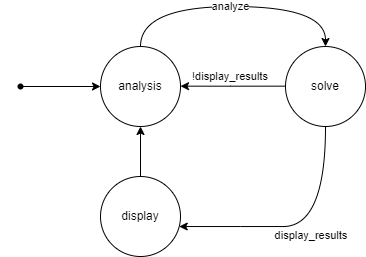
Earlier version of the draw.io export docs/SRS/images/use-case-5-sm.png (agentvv/MTOBridge). Source tidied: cells renumbered, new cells last; positions are measured from the earlier drawing's top-left corner, leaving out a move shared by most shapes. Source of this version:
```xml
<mxGraphModel>
  <root>
    <mxCell id="0" />
    <mxCell id="1" parent="0" />
    <mxCell id="2" style="edgeStyle=orthogonalEdgeStyle;rounded=0;jettySize=auto;html=1;curved=1;" parent="1" edge="1" source="4" target="9">
      <mxGeometry relative="1" as="geometry">
        <Array as="points">
          <mxPoint x="140" />
          <mxPoint x="325" />
        </Array>
      </mxGeometry>
    </mxCell>
    <mxCell id="3" value="analyze" style="edgeLabel;html=1;align=center;verticalAlign=middle;" parent="2" vertex="1">
      <mxGeometry x="0.07" y="-2" relative="1" as="geometry">
        <mxPoint x="-12" y="-2" as="offset" />
      </mxGeometry>
    </mxCell>
    <mxCell id="4" value="analysis" style="ellipse;whiteSpace=wrap;html=1;" parent="1" vertex="1">
      <mxGeometry x="100" y="40" width="80" height="80" as="geometry" />
    </mxCell>
    <mxCell id="5" style="edgeStyle=orthogonalEdgeStyle;rounded=0;jettySize=auto;html=1;" parent="1" edge="1" source="6" target="4">
      <mxGeometry relative="1" as="geometry" />
    </mxCell>
    <mxCell id="6" style="shape=waypoint;sketch=0;fillStyle=solid;size=6;points=[];fillColor=none;perimeter=centerPerimeter;snapToPoint=1;" parent="1" vertex="1">
      <mxGeometry y="60" width="40" height="40" as="geometry" />
    </mxCell>
    <mxCell id="7" style="edgeStyle=orthogonalEdgeStyle;curved=1;rounded=0;jettySize=auto;html=1;startArrow=none;startFill=0;endArrow=classic;endFill=1;" parent="1" edge="1" source="9" target="10">
      <mxGeometry relative="1" as="geometry">
        <Array as="points">
          <mxPoint x="240" y="220" />
          <mxPoint x="240" y="220" />
        </Array>
      </mxGeometry>
    </mxCell>
    <mxCell id="8" value="display_results&amp;nbsp;" style="edgeLabel;html=1;align=center;verticalAlign=middle;" parent="7" vertex="1">
      <mxGeometry x="-0.2" relative="1" as="geometry">
        <mxPoint x="-13" y="10" as="offset" />
      </mxGeometry>
    </mxCell>
    <mxCell id="9" value="solve" style="ellipse;whiteSpace=wrap;html=1;" parent="1" vertex="1">
      <mxGeometry x="285" y="40" width="80" height="80" as="geometry" />
    </mxCell>
    <mxCell id="10" value="display" style="ellipse;whiteSpace=wrap;html=1;" parent="1" vertex="1">
      <mxGeometry x="100" y="170" width="80" height="80" as="geometry" />
    </mxCell>
    <mxCell id="11" style="edgeStyle=orthogonalEdgeStyle;rounded=0;orthogonalLoop=1;jettySize=auto;html=1;curved=1;" parent="1" edge="1">
      <mxGeometry relative="1" as="geometry">
        <mxPoint x="285" y="79.7" as="sourcePoint" />
        <mxPoint x="180" y="79.7" as="targetPoint" />
        <Array as="points">
          <mxPoint x="230" y="79.6" />
          <mxPoint x="230" y="79.6" />
        </Array>
      </mxGeometry>
    </mxCell>
    <mxCell id="12" value="!display_results&amp;nbsp;" style="edgeLabel;html=1;align=center;verticalAlign=middle;" parent="11" vertex="1">
      <mxGeometry x="-0.13" y="-2" relative="1" as="geometry">
        <mxPoint x="-9" y="-8" as="offset" />
      </mxGeometry>
    </mxCell>
    <mxCell id="13" style="edgeStyle=orthogonalEdgeStyle;curved=1;rounded=0;jettySize=auto;html=1;startArrow=none;startFill=0;endArrow=classic;endFill=1;" parent="1" edge="1" source="10" target="4">
      <mxGeometry relative="1" as="geometry" />
    </mxCell>
  </root>
</mxGraphModel>
```
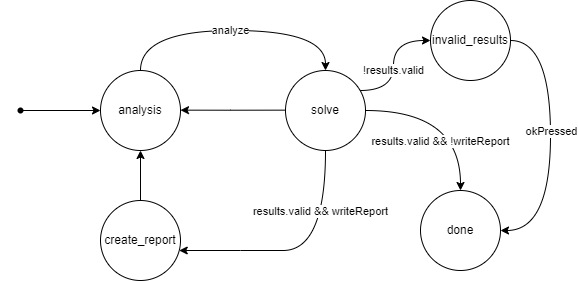
The same file after the commit.

Diff of the diagram source:
```diff
@@ -32,15 +32,36 @@
         </Array>
       </mxGeometry>
     </mxCell>
-    <mxCell id="8" value="display_results&amp;nbsp;" style="edgeLabel;html=1;align=center;verticalAlign=middle;" parent="7" vertex="1">
-      <mxGeometry x="-0.2" relative="1" as="geometry">
-        <mxPoint x="-13" y="10" as="offset" />
-      </mxGeometry>
-    </mxCell>
+    <mxCell id="14" value="results.valid &amp;amp;&amp;amp; writeReport" style="edgeLabel;html=1;align=center;verticalAlign=middle;" parent="7" vertex="1">
+      <mxGeometry x="-0.48" y="-7" relative="1" as="geometry">
+        <mxPoint x="2" y="-4" as="offset" />
+      </mxGeometry>
+    </mxCell>
+    <mxCell id="15" style="edgeStyle=orthogonalEdgeStyle;curved=1;rounded=0;jettySize=auto;html=1;" parent="1" edge="1" source="9" target="19">
+      <mxGeometry relative="1" as="geometry" />
+    </mxCell>
+    <mxCell id="16" value="results.valid &amp;amp;&amp;amp; !writeReport" style="edgeLabel;html=1;align=center;verticalAlign=middle;" parent="15" vertex="1">
+      <mxGeometry x="0.27" y="-1" relative="1" as="geometry">
+        <mxPoint x="-19" y="14" as="offset" />
+      </mxGeometry>
+    </mxCell>
+    <mxCell id="17" style="edgeStyle=orthogonalEdgeStyle;curved=1;rounded=0;jettySize=auto;html=1;" parent="1" edge="1" source="9" target="22">
+      <mxGeometry relative="1" as="geometry">
+        <Array as="points">
+          <mxPoint x="393" y="60" />
+          <mxPoint x="393" y="10" />
+        </Array>
+      </mxGeometry>
+    </mxCell>
+    <mxCell id="18" value="!results.valid" style="edgeLabel;html=1;align=center;verticalAlign=middle;" parent="17" vertex="1">
+      <mxGeometry x="-0.07" relative="1" as="geometry">
+        <mxPoint y="3" as="offset" />
+      </mxGeometry>
+    </mxCell>
     <mxCell id="9" value="solve" style="ellipse;whiteSpace=wrap;html=1;" parent="1" vertex="1">
       <mxGeometry x="285" y="40" width="80" height="80" as="geometry" />
     </mxCell>
-    <mxCell id="10" value="display" style="ellipse;whiteSpace=wrap;html=1;" parent="1" vertex="1">
+    <mxCell id="10" value="create_report" style="ellipse;whiteSpace=wrap;html=1;" parent="1" vertex="1">
       <mxGeometry x="100" y="170" width="80" height="80" as="geometry" />
     </mxCell>
     <mxCell id="11" style="edgeStyle=orthogonalEdgeStyle;rounded=0;orthogonalLoop=1;jettySize=auto;html=1;curved=1;" parent="1" edge="1">
@@ -53,13 +74,27 @@
         </Array>
       </mxGeometry>
     </mxCell>
-    <mxCell id="12" value="!display_results&amp;nbsp;" style="edgeLabel;html=1;align=center;verticalAlign=middle;" parent="11" vertex="1">
-      <mxGeometry x="-0.13" y="-2" relative="1" as="geometry">
-        <mxPoint x="-9" y="-8" as="offset" />
-      </mxGeometry>
-    </mxCell>
     <mxCell id="13" style="edgeStyle=orthogonalEdgeStyle;curved=1;rounded=0;jettySize=auto;html=1;startArrow=none;startFill=0;endArrow=classic;endFill=1;" parent="1" edge="1" source="10" target="4">
       <mxGeometry relative="1" as="geometry" />
     </mxCell>
+    <mxCell id="19" value="done" style="ellipse;whiteSpace=wrap;html=1;" parent="1" vertex="1">
+      <mxGeometry x="420" y="160" width="80" height="80" as="geometry" />
+    </mxCell>
+    <mxCell id="20" style="edgeStyle=orthogonalEdgeStyle;curved=1;rounded=0;jettySize=auto;html=1;" parent="1" edge="1" source="22" target="19">
+      <mxGeometry relative="1" as="geometry">
+        <Array as="points">
+          <mxPoint x="550" y="10" />
+          <mxPoint x="550" y="200" />
+        </Array>
+      </mxGeometry>
+    </mxCell>
+    <mxCell id="21" value="okPressed" style="edgeLabel;html=1;align=center;verticalAlign=middle;" parent="20" vertex="1">
+      <mxGeometry x="-0.12" y="1" relative="1" as="geometry">
+        <mxPoint y="7" as="offset" />
+      </mxGeometry>
+    </mxCell>
+    <mxCell id="22" value="invalid_results" style="ellipse;whiteSpace=wrap;html=1;" parent="1" vertex="1">
+      <mxGeometry x="430" y="-30" width="80" height="80" as="geometry" />
+    </mxCell>
   </root>
 </mxGraphModel>
```
